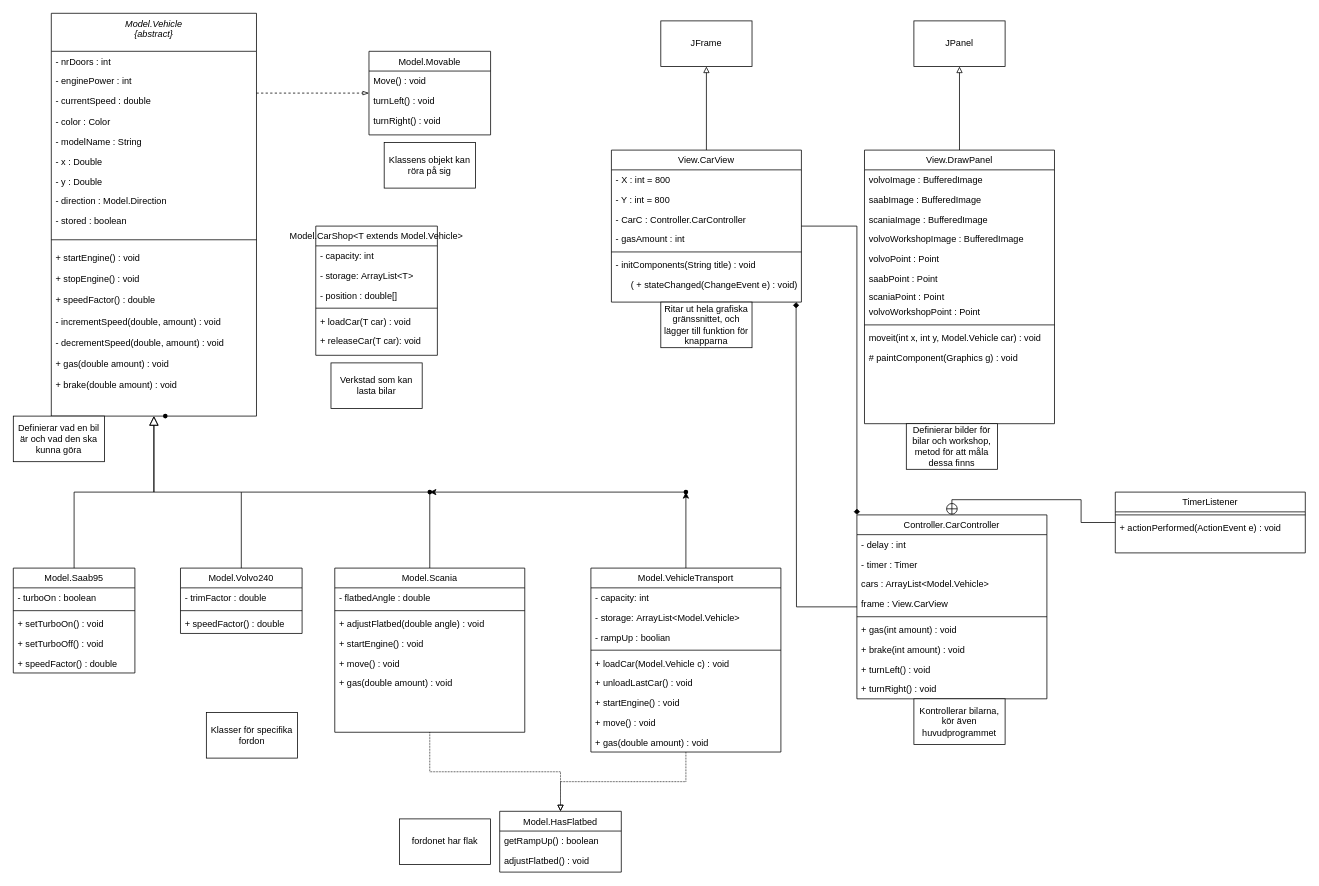
This is CarsKlassDiagram(2).drawio from ash-salt/lab3-oop, a draw.io file, before an edit. Source tidied: cells renumbered, new cells numbered last; positions are measured from the earlier drawing's top-left corner, leaving out a move shared by most shapes. Both pictures are drawn from the tidied source at 76%, with x=0, y=0 at pixel (13, 13).
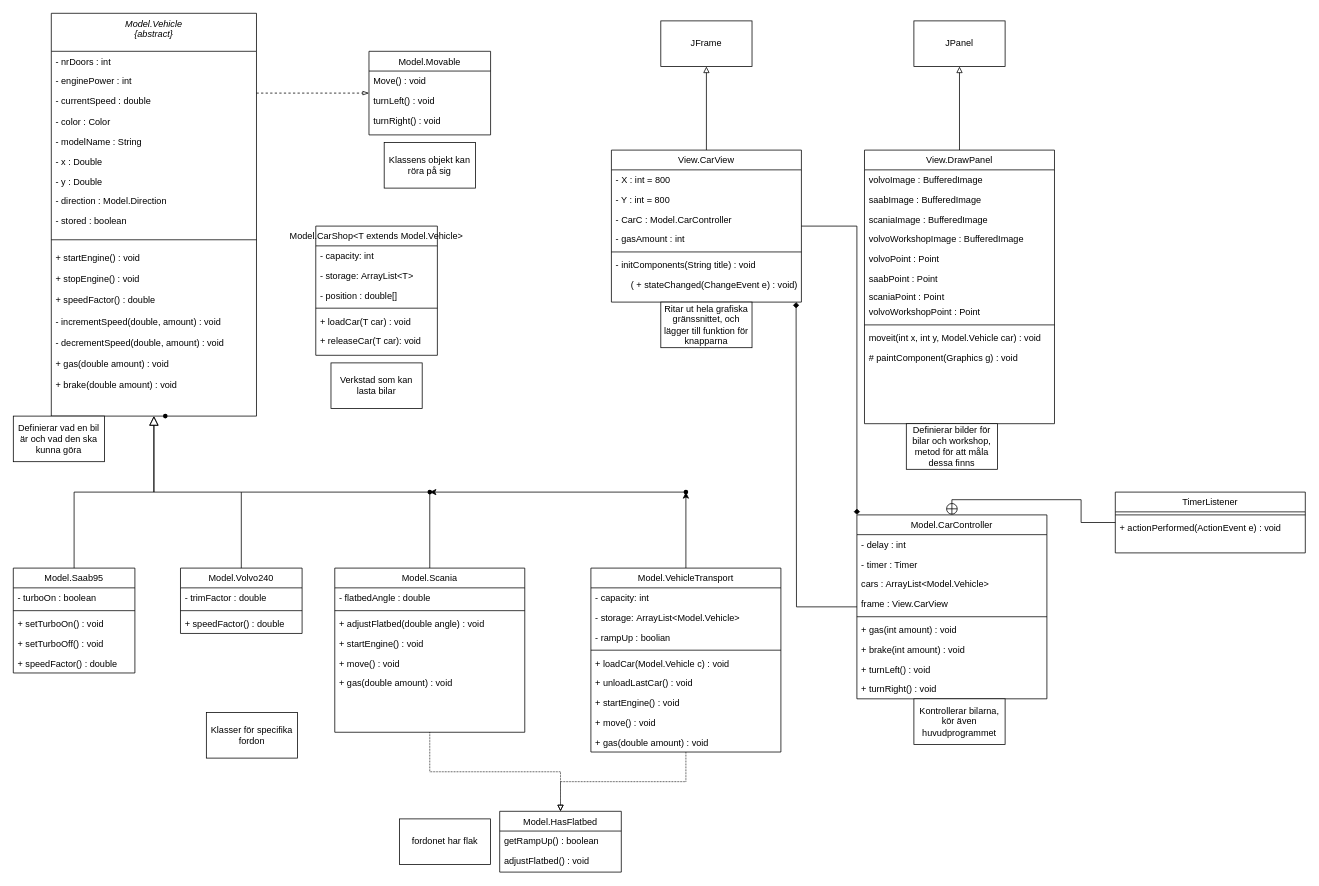
Above is the later version.

Commit message (it also covers changes not shown here):
Add proper controller, moved current controller to model

The change refers to these unchanged cells:
```xml
<mxCell id="80" value="View.CarView" style="swimlane;fontStyle=0;align=center;verticalAlign=top;horizontal=1;startSize=26;rounded=0;shadow=0;strokeWidth=1;" parent="1" vertex="1">
  <mxGeometry x="787" y="180" width="250" height="200" as="geometry" />
</mxCell>
```

Change to the diagram source:
```diff
@@
-    <mxCell id="83" value="- CarC : Controller.CarController" style="text;align=left;verticalAlign=top;spacingLeft=4;spacingRight=4;overflow=hidden;" parent="80" vertex="1">
+    <mxCell id="83" value="- CarC : Model.CarController" style="text;align=left;verticalAlign=top;spacingLeft=4;spacingRight=4;overflow=hidden;" parent="80" vertex="1">
       <mxGeometry y="78" width="250" height="26" as="geometry" />
     </mxCell>
@@
-    <mxCell id="102" value="Controller.CarController" style="swimlane;fontStyle=0;align=center;verticalAlign=top;horizontal=1;startSize=26;rounded=0;shadow=0;strokeWidth=1;" parent="1" vertex="1">
+    <mxCell id="102" value="Model.CarController" style="swimlane;fontStyle=0;align=center;verticalAlign=top;horizontal=1;startSize=26;rounded=0;shadow=0;strokeWidth=1;" parent="1" vertex="1">
       <mxGeometry x="1110" y="660" width="250" height="242" as="geometry" />
     </mxCell>
```
